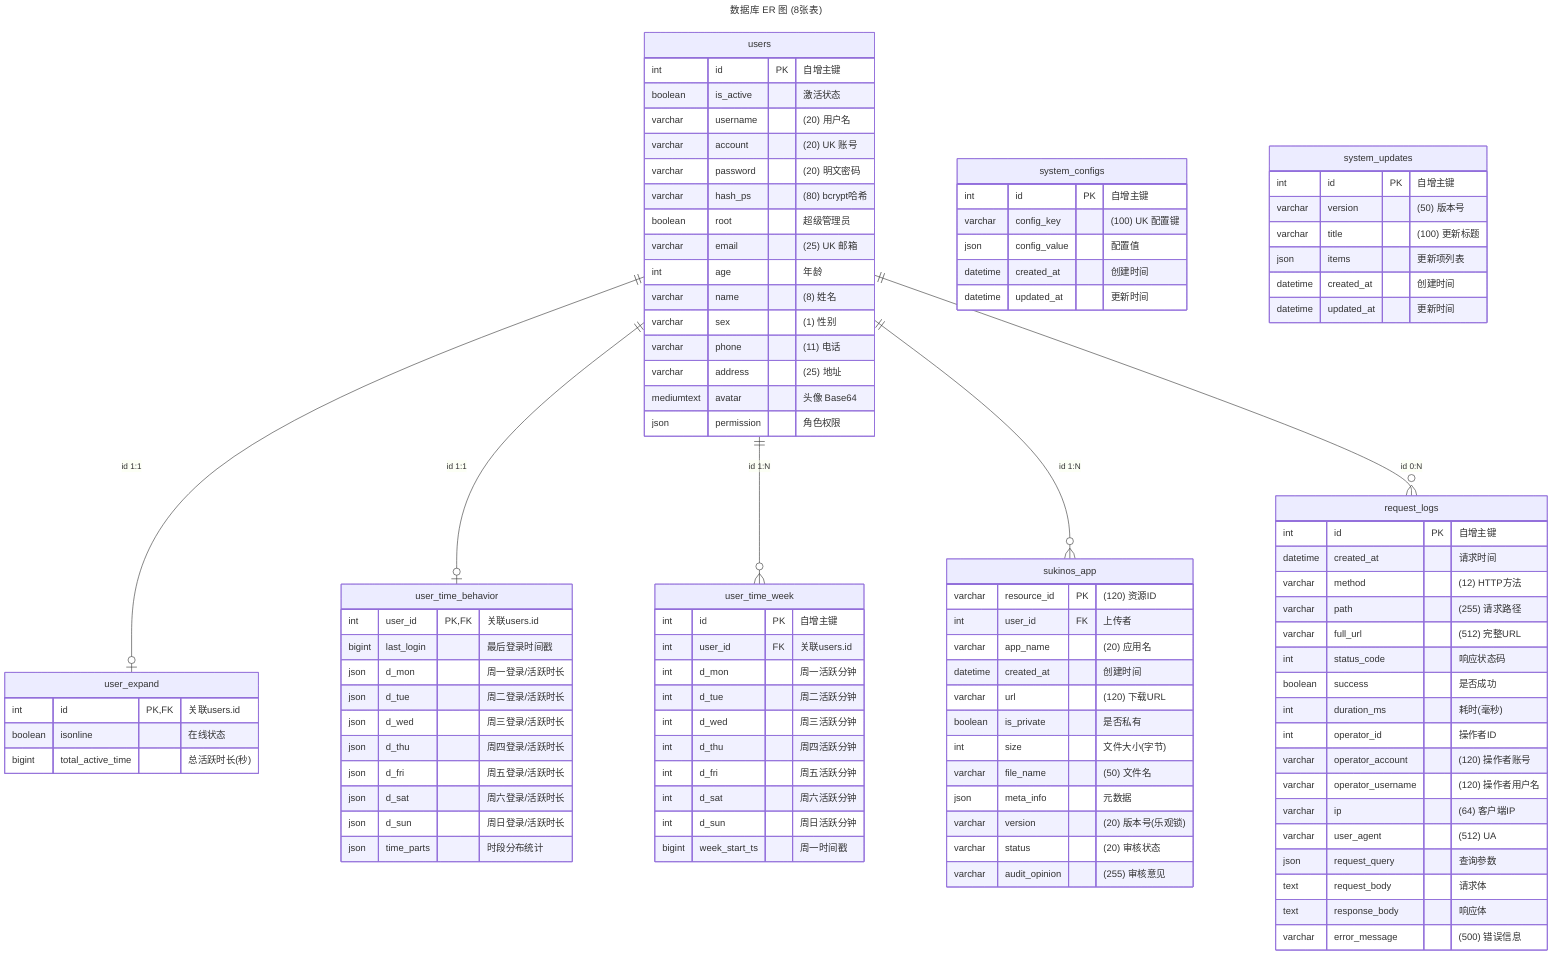
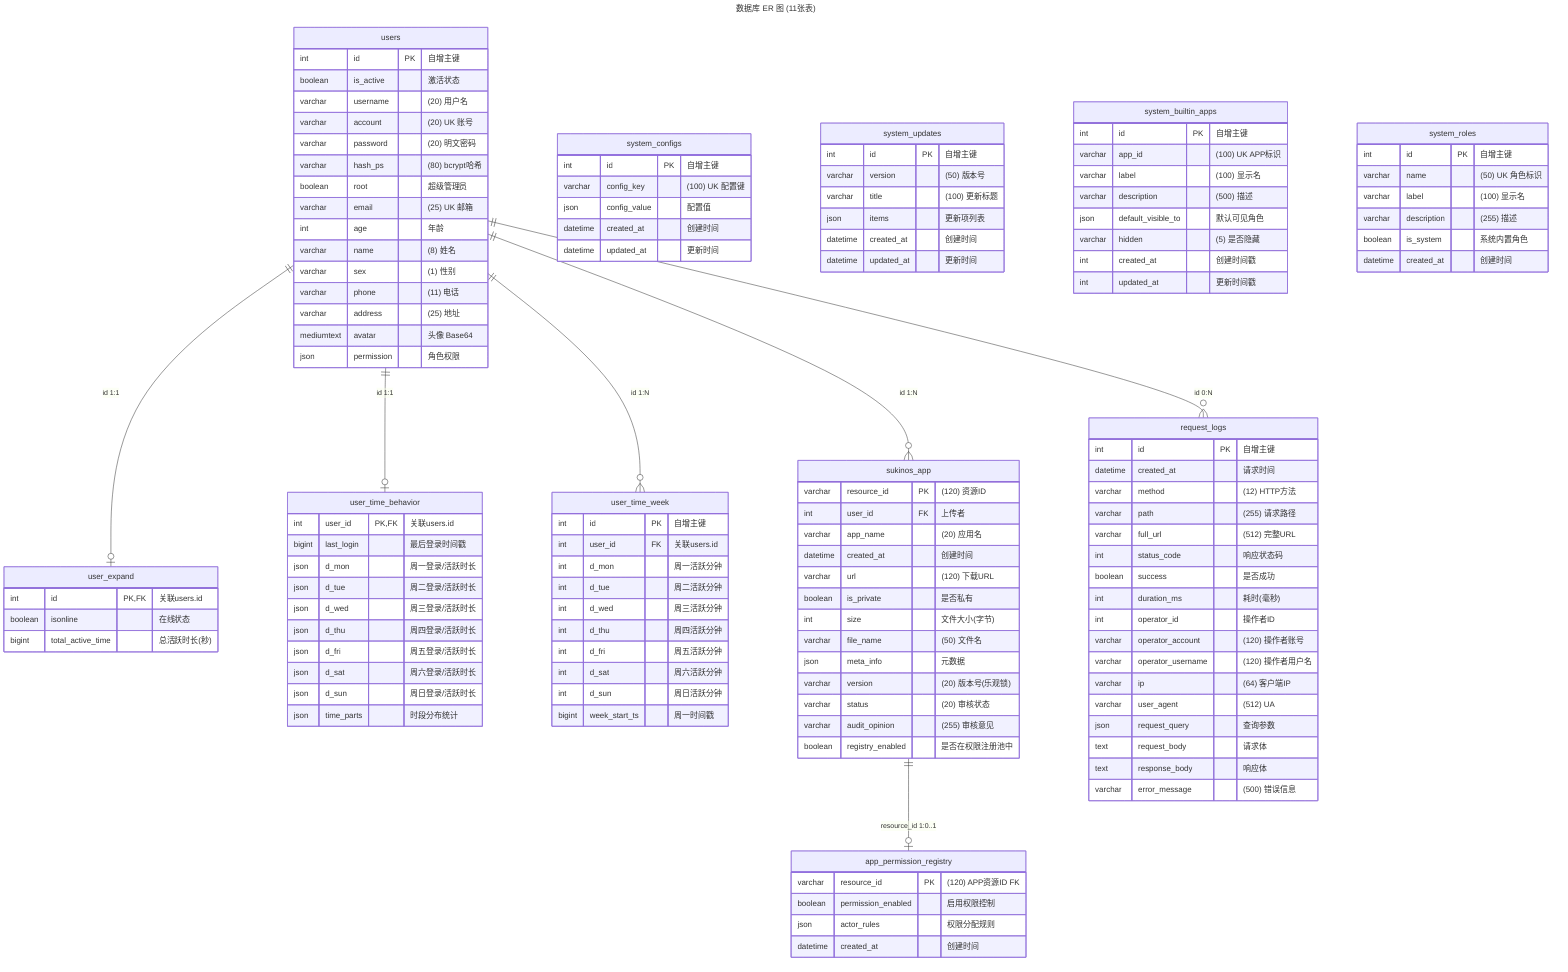
---
- title: 数据库 ER 图 (8张表)
+ title: 数据库 ER 图 (11张表)
---
erDiagram
    users ||--o| user_expand : "id 1:1"
    users ||--o| user_time_behavior : "id 1:1"
    users ||--o{ user_time_week : "id 1:N"
    users ||--o{ sukinos_app : "id 1:N"
    users ||--o{ request_logs : "id 0:N"
+     sukinos_app ||--o| app_permission_registry : "resource_id 1:0..1"

    users {
        int id PK "自增主键"
        boolean is_active "激活状态"
        varchar username "(20) 用户名"
        varchar account "(20) UK 账号"
        varchar password "(20) 明文密码"
        varchar hash_ps "(80) bcrypt哈希"
        boolean root "超级管理员"
        varchar email "(25) UK 邮箱"
        int age "年龄"
        varchar name "(8) 姓名"
        varchar sex "(1) 性别"
        varchar phone "(11) 电话"
        varchar address "(25) 地址"
        mediumtext avatar "头像 Base64"
        json permission "角色权限"
    }

    user_expand {
        int id PK,FK "关联users.id"
        boolean isonline "在线状态"
        bigint total_active_time "总活跃时长(秒)"
    }

    user_time_behavior {
        int user_id PK,FK "关联users.id"
        bigint last_login "最后登录时间戳"
        json d_mon "周一登录/活跃时长"
        json d_tue "周二登录/活跃时长"
        json d_wed "周三登录/活跃时长"
        json d_thu "周四登录/活跃时长"
        json d_fri "周五登录/活跃时长"
        json d_sat "周六登录/活跃时长"
        json d_sun "周日登录/活跃时长"
        json time_parts "时段分布统计"
    }

    user_time_week {
        int id PK "自增主键"
        int user_id FK "关联users.id"
        int d_mon "周一活跃分钟"
        int d_tue "周二活跃分钟"
        int d_wed "周三活跃分钟"
        int d_thu "周四活跃分钟"
        int d_fri "周五活跃分钟"
        int d_sat "周六活跃分钟"
        int d_sun "周日活跃分钟"
        bigint week_start_ts "周一时间戳"
    }

    sukinos_app {
        varchar resource_id PK "(120) 资源ID"
        int user_id FK "上传者"
        varchar app_name "(20) 应用名"
        datetime created_at "创建时间"
        varchar url "(120) 下载URL"
        boolean is_private "是否私有"
        int size "文件大小(字节)"
        varchar file_name "(50) 文件名"
        json meta_info "元数据"
        varchar version "(20) 版本号(乐观锁)"
        varchar status "(20) 审核状态"
        varchar audit_opinion "(255) 审核意见"
+         boolean registry_enabled "是否在权限注册池中"
    }

    request_logs {
        int id PK "自增主键"
        datetime created_at "请求时间"
        varchar method "(12) HTTP方法"
        varchar path "(255) 请求路径"
        varchar full_url "(512) 完整URL"
        int status_code "响应状态码"
        boolean success "是否成功"
        int duration_ms "耗时(毫秒)"
        int operator_id "操作者ID"
        varchar operator_account "(120) 操作者账号"
        varchar operator_username "(120) 操作者用户名"
        varchar ip "(64) 客户端IP"
        varchar user_agent "(512) UA"
        json request_query "查询参数"
        text request_body "请求体"
        text response_body "响应体"
        varchar error_message "(500) 错误信息"
    }

    system_configs {
        int id PK "自增主键"
        varchar config_key "(100) UK 配置键"
        json config_value "配置值"
        datetime created_at "创建时间"
        datetime updated_at "更新时间"
    }

    system_updates {
        int id PK "自增主键"
        varchar version "(50) 版本号"
        varchar title "(100) 更新标题"
        json items "更新项列表"
        datetime created_at "创建时间"
        datetime updated_at "更新时间"
    }
+ 
+     system_builtin_apps {
+         int id PK "自增主键"
+         varchar app_id "(100) UK APP标识"
+         varchar label "(100) 显示名"
+         varchar description "(500) 描述"
+         json default_visible_to "默认可见角色"
+         varchar hidden "(5) 是否隐藏"
+         int created_at "创建时间戳"
+         int updated_at "更新时间戳"
+     }
+ 
+     system_roles {
+         int id PK "自增主键"
+         varchar name "(50) UK 角色标识"
+         varchar label "(100) 显示名"
+         varchar description "(255) 描述"
+         boolean is_system "系统内置角色"
+         datetime created_at "创建时间"
+     }
+ 
+     app_permission_registry {
+         varchar resource_id PK "(120) APP资源ID FK"
+         boolean permission_enabled "启用权限控制"
+         json actor_rules "权限分配规则"
+         datetime created_at "创建时间"
+     }
+ 
